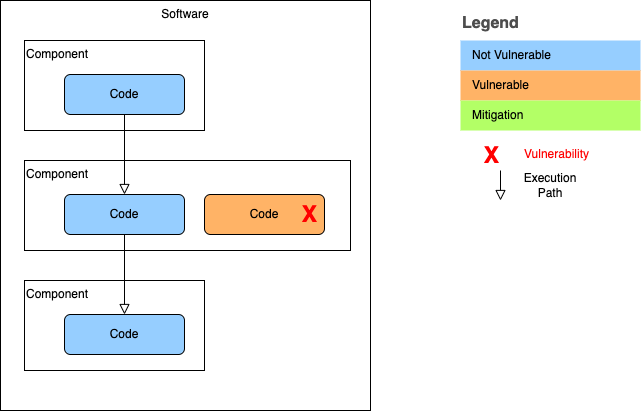
Before: 3.5-vulnerable_code_not_in_execute_path.b.drawio.png, a diagram exported from draw.io (nishakm/VexStatusJustificationDiagrams). Source tidied: cells renumbered, new cells last; positions are measured from the earlier drawing's top-left corner, leaving out a move shared by most shapes. Source of this version:
```xml
<mxGraphModel>
  <root>
    <mxCell id="0" />
    <mxCell id="1" parent="0" />
    <mxCell id="2" value="Software" style="rounded=0;whiteSpace=wrap;html=1;verticalAlign=top;" parent="1" vertex="1">
      <mxGeometry width="370" height="410" as="geometry" />
    </mxCell>
    <mxCell id="3" value="Component" style="rounded=0;whiteSpace=wrap;html=1;verticalAlign=top;align=left;fillColor=none;" parent="1" vertex="1">
      <mxGeometry x="24" y="40" width="180" height="90" as="geometry" />
    </mxCell>
    <mxCell id="4" value="Code" style="rounded=1;whiteSpace=wrap;html=1;fontSize=12;glass=0;strokeWidth=1;shadow=0;fillColor=#96ceff;" parent="1" vertex="1">
      <mxGeometry x="64" y="74" width="120" height="40" as="geometry" />
    </mxCell>
    <mxCell id="5" value="Component" style="rounded=0;whiteSpace=wrap;html=1;verticalAlign=top;align=left;fillColor=none;" parent="1" vertex="1">
      <mxGeometry x="24" y="160" width="326" height="90" as="geometry" />
    </mxCell>
    <mxCell id="6" value="Code" style="rounded=1;whiteSpace=wrap;html=1;fontSize=12;glass=0;strokeWidth=1;shadow=0;fillColor=#96ceff;" parent="1" vertex="1">
      <mxGeometry x="64" y="194" width="120" height="40" as="geometry" />
    </mxCell>
    <mxCell id="7" style="rounded=0;html=1;jettySize=auto;fontSize=11;endArrow=block;endFill=0;endSize=8;strokeWidth=1;shadow=0;labelBackgroundColor=none;edgeStyle=orthogonalEdgeStyle;" parent="1" edge="1" source="4" target="6">
      <mxGeometry relative="1" as="geometry" />
    </mxCell>
    <mxCell id="8" value="Component" style="rounded=0;whiteSpace=wrap;html=1;verticalAlign=top;align=left;fillColor=none;" parent="1" vertex="1">
      <mxGeometry x="24" y="280" width="180" height="90" as="geometry" />
    </mxCell>
    <mxCell id="9" value="Code" style="rounded=1;whiteSpace=wrap;html=1;fontSize=12;glass=0;strokeWidth=1;shadow=0;fillColor=#96ceff;" parent="1" vertex="1">
      <mxGeometry x="64" y="314" width="120" height="40" as="geometry" />
    </mxCell>
    <mxCell id="10" style="rounded=0;html=1;jettySize=auto;fontSize=11;endArrow=block;endFill=0;endSize=8;strokeWidth=1;shadow=0;labelBackgroundColor=none;edgeStyle=orthogonalEdgeStyle;" parent="1" edge="1" source="6" target="9">
      <mxGeometry relative="1" as="geometry" />
    </mxCell>
    <mxCell id="11" value="Legend" style="align=left;fontSize=16;fontStyle=1;strokeColor=none;fillColor=none;fontColor=#4D4D4D;spacingTop=-8;" parent="1" vertex="1">
      <mxGeometry x="460" y="10" width="180" height="30" as="geometry" />
    </mxCell>
    <mxCell id="12" style="shape=table;html=1;whiteSpace=wrap;startSize=0;fillColor=none;align=left;spacingLeft=10;strokeColor=none;rounded=1;arcSize=11;fontColor=#FFFFFF;" parent="1" vertex="1">
      <mxGeometry x="460" y="40" width="180" height="90" as="geometry" />
    </mxCell>
    <mxCell id="13" value="&lt;font color=&quot;#000000&quot;&gt;Not Vulnerable&lt;/font&gt;" style="shape=partialRectangle;html=1;whiteSpace=wrap;fillColor=#96ceff;top=0;left=0;bottom=0;right=0;overflow=hidden;align=left;spacingLeft=10;fontColor=#FFFFFF;" parent="12" vertex="1">
      <mxGeometry width="180" height="30" as="geometry" />
    </mxCell>
    <mxCell id="14" value="&lt;font color=&quot;#000000&quot;&gt;Vulnerable&lt;/font&gt;" style="shape=partialRectangle;html=1;whiteSpace=wrap;fillColor=#FFB366;top=0;left=0;bottom=0;right=0;overflow=hidden;align=left;spacingLeft=10;fontColor=#FFFFFF;" parent="12" vertex="1">
      <mxGeometry y="30" width="180" height="30" as="geometry" />
    </mxCell>
    <mxCell id="15" value="&lt;font color=&quot;#000000&quot;&gt;Mitigation&lt;/font&gt;" style="shape=partialRectangle;html=1;whiteSpace=wrap;fillColor=#B3FF66;top=0;left=0;bottom=0;right=0;overflow=hidden;align=left;spacingLeft=10;fontColor=#FFFFFF;" parent="12" vertex="1">
      <mxGeometry y="60" width="180" height="30" as="geometry" />
    </mxCell>
    <mxCell id="16" style="rounded=0;html=1;jettySize=auto;orthogonalLoop=1;fontSize=11;endArrow=block;endFill=0;endSize=8;strokeWidth=1;shadow=0;labelBackgroundColor=none;edgeStyle=orthogonalEdgeStyle;" parent="1" edge="1">
      <mxGeometry relative="1" as="geometry">
        <mxPoint x="500" y="170" as="sourcePoint" />
        <mxPoint x="500" y="200" as="targetPoint" />
      </mxGeometry>
    </mxCell>
    <mxCell id="17" value="Execution Path" style="text;html=1;strokeColor=none;fillColor=none;align=center;verticalAlign=middle;whiteSpace=wrap;rounded=0;" parent="1" vertex="1">
      <mxGeometry x="520" y="170" width="60" height="30" as="geometry" />
    </mxCell>
    <mxCell id="18" value="Code" style="rounded=1;whiteSpace=wrap;html=1;fontSize=12;glass=0;strokeWidth=1;shadow=0;fillColor=#FFB366;" parent="1" vertex="1">
      <mxGeometry x="204" y="194" width="120" height="40" as="geometry" />
    </mxCell>
    <mxCell id="19" value="&lt;font size=&quot;1&quot; color=&quot;#ff0000&quot;&gt;&lt;b style=&quot;font-size: 23px;&quot;&gt;X&lt;/b&gt;&lt;/font&gt;" style="text;html=1;align=center;verticalAlign=middle;strokeColor=none;fillColor=none;fontSize=16;fontColor=#44AB44;" parent="1" vertex="1">
      <mxGeometry x="476" y="140" width="30" height="30" as="geometry" />
    </mxCell>
    <mxCell id="20" value="&lt;font style=&quot;font-size: 12px;&quot;&gt;Vulnerability&lt;/font&gt;" style="text;html=1;align=center;verticalAlign=middle;strokeColor=none;fillColor=none;fontSize=23;fontColor=#FF0000;" parent="1" vertex="1">
      <mxGeometry x="516" y="130" width="80" height="40" as="geometry" />
    </mxCell>
    <mxCell id="21" value="&lt;font size=&quot;1&quot; color=&quot;#ff0000&quot;&gt;&lt;b style=&quot;font-size: 23px;&quot;&gt;X&lt;/b&gt;&lt;/font&gt;" style="text;html=1;align=center;verticalAlign=middle;strokeColor=none;fillColor=none;fontSize=16;fontColor=#44AB44;" parent="1" vertex="1">
      <mxGeometry x="294" y="199" width="30" height="30" as="geometry" />
    </mxCell>
  </root>
</mxGraphModel>
```
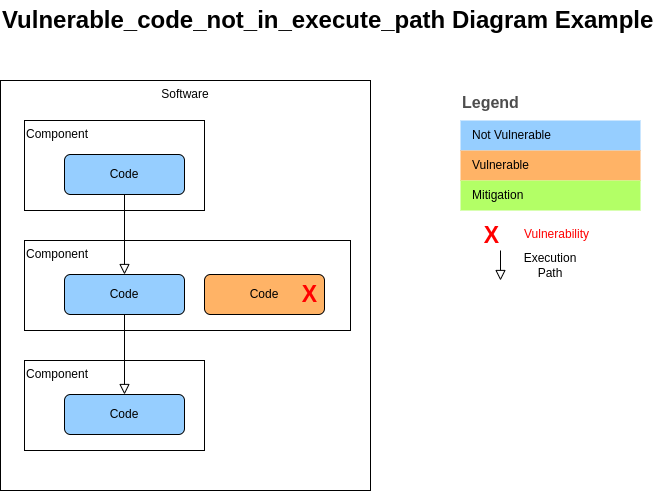
Later version of the same file.

The edit, as a diff of the source:
```diff
@@ -65,5 +65,8 @@
     <mxCell id="21" value="&lt;font size=&quot;1&quot; color=&quot;#ff0000&quot;&gt;&lt;b style=&quot;font-size: 23px;&quot;&gt;X&lt;/b&gt;&lt;/font&gt;" style="text;html=1;align=center;verticalAlign=middle;strokeColor=none;fillColor=none;fontSize=16;fontColor=#44AB44;" parent="1" vertex="1">
       <mxGeometry x="294" y="199" width="30" height="30" as="geometry" />
     </mxCell>
+    <mxCell id="22" value="Vulnerable_code_not_in_execute_path Diagram Example" style="text;strokeColor=none;fillColor=none;html=1;fontSize=24;fontStyle=1;verticalAlign=middle;align=left;" parent="1" vertex="1">
+      <mxGeometry y="-80" width="616" height="40" as="geometry" />
+    </mxCell>
   </root>
 </mxGraphModel>
```
